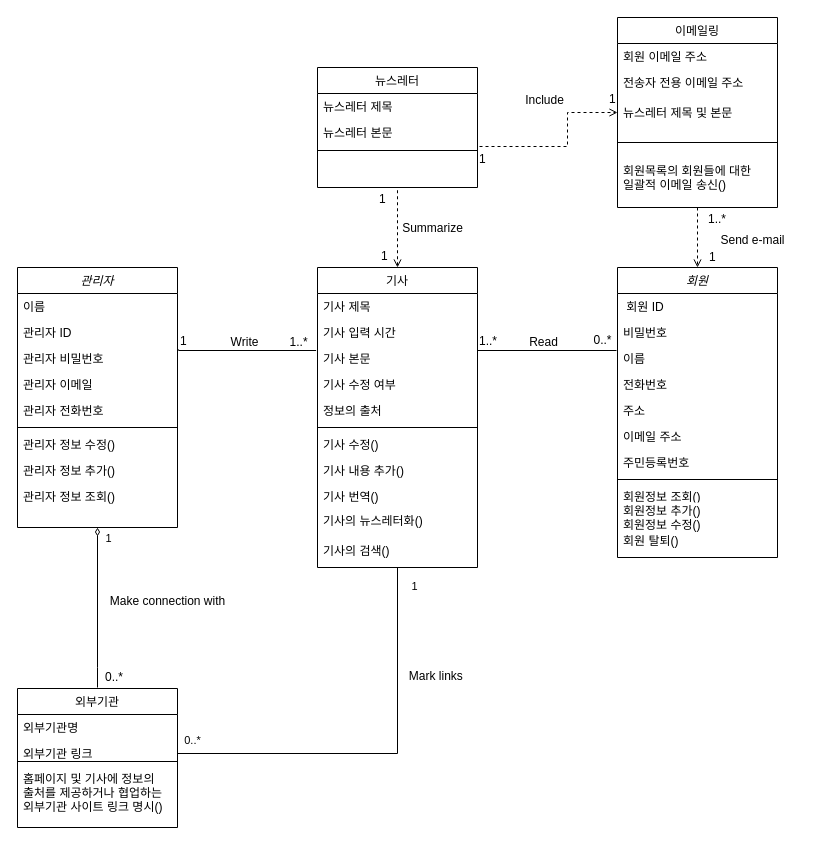
Above: Untitled Diagram.drawio in YHdoc/Merge-of-former-works (draw.io), before the change. Source tidied: cells renumbered, new cells numbered last; positions are measured from the earlier drawing's top-left corner, leaving out a move shared by most shapes. Both pictures are drawn from the tidied source at 100%, with x=0, y=0 at pixel (17, 17).
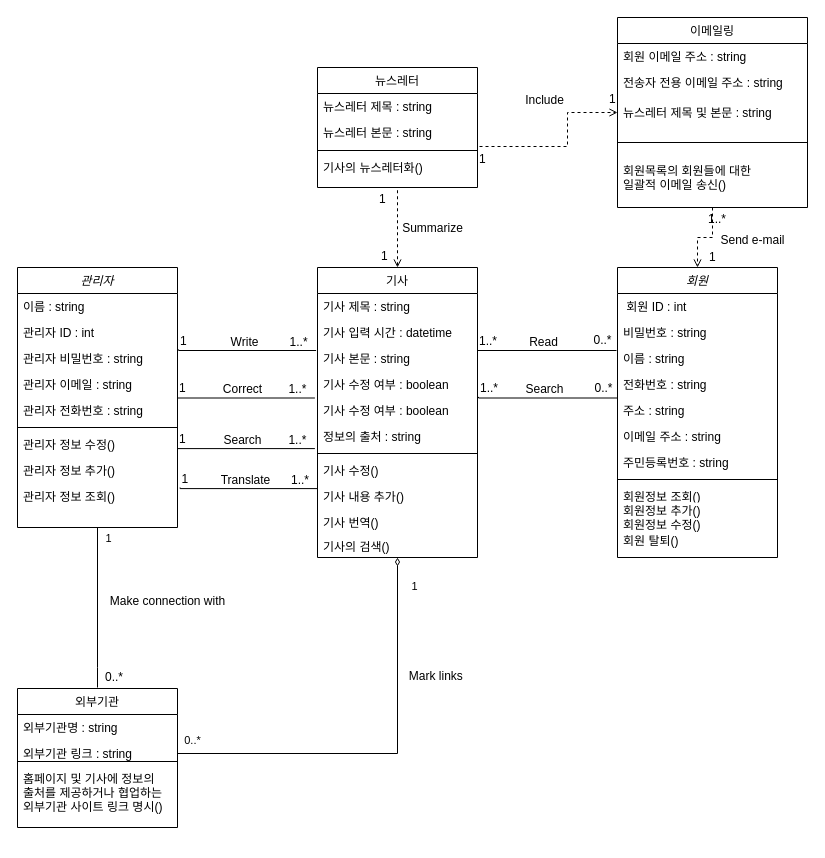
The same diagram, later.

The change refers to these unchanged cells:
```xml
<mxCell id="2" value="회원" style="swimlane;fontStyle=2;align=center;verticalAlign=top;horizontal=1;startSize=26;rounded=0;shadow=0;strokeWidth=1;" parent="1" vertex="1">
  <mxGeometry x="600" y="250" width="160" height="290" as="geometry" />
</mxCell>
<mxCell id="16" value="외부기관" style="swimlane;fontStyle=0;align=center;verticalAlign=top;horizontal=1;startSize=26;rounded=0;shadow=0;strokeWidth=1;" parent="1" vertex="1">
  <mxGeometry y="671" width="160" height="139" as="geometry" />
</mxCell>
<mxCell id="41" value="관리자" style="swimlane;fontStyle=2;align=center;verticalAlign=top;horizontal=1;startSize=26;rounded=0;shadow=0;strokeWidth=1;" parent="1" vertex="1">
  <mxGeometry y="250" width="160" height="260" as="geometry" />
</mxCell>
<mxCell id="52" value="뉴스레터" style="swimlane;fontStyle=0;align=center;verticalAlign=top;horizontal=1;startSize=26;rounded=0;shadow=0;strokeWidth=1;" parent="1" vertex="1">
  <mxGeometry x="300" y="50" width="160" height="120" as="geometry" />
</mxCell>
```

The edit, as a diff of the source:
```diff
@@
-    <mxCell id="6" value=" 회원 ID" style="text;align=left;verticalAlign=top;spacingLeft=4;spacingRight=4;overflow=hidden;" parent="2" vertex="1">
+    <mxCell id="6" value=" 회원 ID : int" style="text;align=left;verticalAlign=top;spacingLeft=4;spacingRight=4;overflow=hidden;" parent="2" vertex="1">
       <mxGeometry y="26" width="160" height="26" as="geometry" />
     </mxCell>
-    <mxCell id="7" value="비밀번호" style="text;align=left;verticalAlign=top;spacingLeft=4;spacingRight=4;overflow=hidden;rounded=0;shadow=0;html=0;" parent="2" vertex="1">
+    <mxCell id="7" value="비밀번호 : string" style="text;align=left;verticalAlign=top;spacingLeft=4;spacingRight=4;overflow=hidden;rounded=0;shadow=0;html=0;" parent="2" vertex="1">
       <mxGeometry y="52" width="160" height="26" as="geometry" />
     </mxCell>
-    <mxCell id="8" value="이름" style="text;align=left;verticalAlign=top;spacingLeft=4;spacingRight=4;overflow=hidden;rounded=0;shadow=0;html=0;" parent="2" vertex="1">
+    <mxCell id="8" value="이름 : string" style="text;align=left;verticalAlign=top;spacingLeft=4;spacingRight=4;overflow=hidden;rounded=0;shadow=0;html=0;" parent="2" vertex="1">
       <mxGeometry y="78" width="160" height="26" as="geometry" />
     </mxCell>
-    <mxCell id="9" value="전화번호" style="text;align=left;verticalAlign=top;spacingLeft=4;spacingRight=4;overflow=hidden;" parent="2" vertex="1">
+    <mxCell id="9" value="전화번호 : string" style="text;align=left;verticalAlign=top;spacingLeft=4;spacingRight=4;overflow=hidden;" parent="2" vertex="1">
       <mxGeometry y="104" width="160" height="26" as="geometry" />
     </mxCell>
-    <mxCell id="10" value="주소" style="text;align=left;verticalAlign=top;spacingLeft=4;spacingRight=4;overflow=hidden;" parent="2" vertex="1">
+    <mxCell id="10" value="주소 : string" style="text;align=left;verticalAlign=top;spacingLeft=4;spacingRight=4;overflow=hidden;" parent="2" vertex="1">
       <mxGeometry y="130" width="160" height="26" as="geometry" />
     </mxCell>
-    <mxCell id="11" value="이메일 주소" style="text;align=left;verticalAlign=top;spacingLeft=4;spacingRight=4;overflow=hidden;" parent="2" vertex="1">
+    <mxCell id="11" value="이메일 주소 : string" style="text;align=left;verticalAlign=top;spacingLeft=4;spacingRight=4;overflow=hidden;" parent="2" vertex="1">
       <mxGeometry y="156" width="160" height="26" as="geometry" />
     </mxCell>
-    <mxCell id="12" value="주민등록번호" style="text;align=left;verticalAlign=top;spacingLeft=4;spacingRight=4;overflow=hidden;" parent="2" vertex="1">
+    <mxCell id="12" value="주민등록번호 : string" style="text;align=left;verticalAlign=top;spacingLeft=4;spacingRight=4;overflow=hidden;" parent="2" vertex="1">
       <mxGeometry y="182" width="160" height="26" as="geometry" />
     </mxCell>
@@
-    <mxCell id="17" value="외부기관명" style="text;align=left;verticalAlign=top;spacingLeft=4;spacingRight=4;overflow=hidden;" parent="16" vertex="1">
+    <mxCell id="17" value="외부기관명 : string" style="text;align=left;verticalAlign=top;spacingLeft=4;spacingRight=4;overflow=hidden;" parent="16" vertex="1">
       <mxGeometry y="26" width="160" height="26" as="geometry" />
     </mxCell>
-    <mxCell id="18" value="외부기관 링크" style="text;align=left;verticalAlign=top;spacingLeft=4;spacingRight=4;overflow=hidden;points=[[0,0.5],[1,0.5]];portConstraint=eastwest;rounded=0;shadow=0;html=0;" parent="16" vertex="1">
+    <mxCell id="18" value="외부기관 링크 : string" style="text;align=left;verticalAlign=top;spacingLeft=4;spacingRight=4;overflow=hidden;points=[[0,0.5],[1,0.5]];portConstraint=eastwest;rounded=0;shadow=0;html=0;" parent="16" vertex="1">
       <mxGeometry y="52" width="160" height="26" as="geometry" />
     </mxCell>
@@
     <mxCell id="20" value="이메일링" style="swimlane;fontStyle=0;align=center;verticalAlign=top;horizontal=1;startSize=26;rounded=0;shadow=0;strokeWidth=1;" parent="1" vertex="1">
-      <mxGeometry x="600" width="160" height="190" as="geometry" />
+      <mxGeometry x="600" width="190" height="190" as="geometry" />
     </mxCell>
-    <mxCell id="21" value="회원 이메일 주소" style="text;align=left;verticalAlign=top;spacingLeft=4;spacingRight=4;overflow=hidden;" parent="20" vertex="1">
-      <mxGeometry y="26" width="160" height="26" as="geometry" />
+    <mxCell id="21" value="회원 이메일 주소 : string" style="text;align=left;verticalAlign=top;spacingLeft=4;spacingRight=4;overflow=hidden;" parent="20" vertex="1">
+      <mxGeometry y="26" width="190" height="26" as="geometry" />
     </mxCell>
-    <mxCell id="22" value="전송자 전용 이메일 주소" style="text;align=left;verticalAlign=top;spacingLeft=4;spacingRight=4;overflow=hidden;" parent="20" vertex="1">
-      <mxGeometry y="52" width="160" height="26" as="geometry" />
+    <mxCell id="22" value="전송자 전용 이메일 주소 : string" style="text;align=left;verticalAlign=top;spacingLeft=4;spacingRight=4;overflow=hidden;" parent="20" vertex="1">
+      <mxGeometry y="52" width="190" height="26" as="geometry" />
     </mxCell>
@@
     <mxCell id="24" value="기사" style="swimlane;fontStyle=0;align=center;verticalAlign=top;horizontal=1;startSize=26;rounded=0;shadow=0;strokeWidth=1;" parent="1" vertex="1">
-      <mxGeometry x="300" y="250" width="160" height="300" as="geometry" />
+      <mxGeometry x="300" y="250" width="160" height="290" as="geometry" />
     </mxCell>
-    <mxCell id="25" value="기사 제목" style="text;align=left;verticalAlign=top;spacingLeft=4;spacingRight=4;overflow=hidden;" parent="24" vertex="1">
+    <mxCell id="25" value="기사 제목 : string" style="text;align=left;verticalAlign=top;spacingLeft=4;spacingRight=4;overflow=hidden;" parent="24" vertex="1">
       <mxGeometry y="26" width="160" height="26" as="geometry" />
     </mxCell>
-    <mxCell id="26" value="기사 입력 시간" style="text;align=left;verticalAlign=top;spacingLeft=4;spacingRight=4;overflow=hidden;rounded=0;shadow=0;html=0;" parent="24" vertex="1">
+    <mxCell id="26" value="기사 입력 시간 : datetime" style="text;align=left;verticalAlign=top;spacingLeft=4;spacingRight=4;overflow=hidden;rounded=0;shadow=0;html=0;" parent="24" vertex="1">
       <mxGeometry y="52" width="160" height="26" as="geometry" />
     </mxCell>
-    <mxCell id="27" value="기사 본문" style="text;align=left;verticalAlign=top;spacingLeft=4;spacingRight=4;overflow=hidden;rounded=0;shadow=0;html=0;" parent="24" vertex="1">
+    <mxCell id="27" value="기사 본문 : string" style="text;align=left;verticalAlign=top;spacingLeft=4;spacingRight=4;overflow=hidden;rounded=0;shadow=0;html=0;" parent="24" vertex="1">
       <mxGeometry y="78" width="160" height="26" as="geometry" />
     </mxCell>
-    <mxCell id="28" value="기사 수정 여부" style="text;align=left;verticalAlign=top;spacingLeft=4;spacingRight=4;overflow=hidden;rounded=0;shadow=0;html=0;" parent="24" vertex="1">
+    <mxCell id="28" value="기사 수정 여부 : boolean" style="text;align=left;verticalAlign=top;spacingLeft=4;spacingRight=4;overflow=hidden;rounded=0;shadow=0;html=0;" parent="24" vertex="1">
       <mxGeometry y="104" width="160" height="26" as="geometry" />
     </mxCell>
+    <mxCell id="80" value="기사 수정 여부 : boolean" style="text;align=left;verticalAlign=top;spacingLeft=4;spacingRight=4;overflow=hidden;rounded=0;shadow=0;html=0;" parent="24" vertex="1">
+      <mxGeometry y="130" width="160" height="26" as="geometry" />
+    </mxCell>
-    <mxCell id="29" value="정보의 출처" style="text;align=left;verticalAlign=top;spacingLeft=4;spacingRight=4;overflow=hidden;rounded=0;shadow=0;html=0;" parent="24" vertex="1">
-      <mxGeometry y="130" width="160" height="26" as="geometry" />
+    <mxCell id="29" value="정보의 출처 : string" style="text;align=left;verticalAlign=top;spacingLeft=4;spacingRight=4;overflow=hidden;rounded=0;shadow=0;html=0;" parent="24" vertex="1">
+      <mxGeometry y="156" width="160" height="26" as="geometry" />
     </mxCell>
     <mxCell id="30" style="line;html=1;strokeWidth=1;align=left;verticalAlign=middle;spacingTop=-1;spacingLeft=3;spacingRight=3;labelPosition=right;" parent="24" vertex="1">
-      <mxGeometry y="156" width="160" height="8" as="geometry" />
+      <mxGeometry y="182" width="160" height="8" as="geometry" />
     </mxCell>
     <mxCell id="31" value="기사 수정()" style="text;align=left;verticalAlign=top;spacingLeft=4;spacingRight=4;overflow=hidden;" parent="24" vertex="1">
-      <mxGeometry y="164" width="160" height="26" as="geometry" />
+      <mxGeometry y="190" width="160" height="26" as="geometry" />
     </mxCell>
     <mxCell id="32" value="기사 내용 추가()" style="text;align=left;verticalAlign=top;spacingLeft=4;spacingRight=4;overflow=hidden;" parent="24" vertex="1">
-      <mxGeometry y="190" width="160" height="26" as="geometry" />
+      <mxGeometry y="216" width="160" height="26" as="geometry" />
     </mxCell>
     <mxCell id="33" value="기사 번역()" style="text;align=left;verticalAlign=top;spacingLeft=4;spacingRight=4;overflow=hidden;" parent="24" vertex="1">
-      <mxGeometry y="216" width="160" height="24" as="geometry" />
+      <mxGeometry y="242" width="160" height="24" as="geometry" />
     </mxCell>
-    <mxCell id="34" value="기사의 뉴스레터화()" style="text;align=left;verticalAlign=top;spacingLeft=4;spacingRight=4;overflow=hidden;" parent="24" vertex="1">
-      <mxGeometry y="240" width="160" height="24" as="geometry" />
-    </mxCell>
+    <mxCell id="79" value="기사의 검색()" style="text;align=left;verticalAlign=top;spacingLeft=4;spacingRight=4;overflow=hidden;" parent="24" vertex="1">
+      <mxGeometry y="266" width="160" height="24" as="geometry" />
+    </mxCell>
@@
-    <mxCell id="39" style="edgeStyle=orthogonalEdgeStyle;rounded=0;jettySize=auto;html=1;exitX=0.5;exitY=1;exitDx=0;exitDy=0;endArrow=none;endFill=0;startArrow=diamondThin;startFill=0;targetPerimeterSpacing=0;endSize=5;" parent="1" edge="1" source="41">
+    <mxCell id="39" style="edgeStyle=orthogonalEdgeStyle;rounded=0;jettySize=auto;html=1;exitX=0.5;exitY=1;exitDx=0;exitDy=0;endArrow=none;endFill=0;startArrow=none;startFill=0;targetPerimeterSpacing=0;endSize=5;" parent="1" edge="1" source="41">
       <mxGeometry relative="1" as="geometry">
         <mxPoint x="80" y="670" as="targetPoint" />
         <Array as="points">
           <mxPoint x="80" y="650" />
           <mxPoint x="80" y="650" />
         </Array>
       </mxGeometry>
     </mxCell>
@@
-    <mxCell id="42" value="이름" style="text;align=left;verticalAlign=top;spacingLeft=4;spacingRight=4;overflow=hidden;" parent="41" vertex="1">
+    <mxCell id="42" value="이름 : string" style="text;align=left;verticalAlign=top;spacingLeft=4;spacingRight=4;overflow=hidden;" parent="41" vertex="1">
       <mxGeometry y="26" width="160" height="26" as="geometry" />
     </mxCell>
-    <mxCell id="43" value="관리자 ID" style="text;align=left;verticalAlign=top;spacingLeft=4;spacingRight=4;overflow=hidden;rounded=0;shadow=0;html=0;" parent="41" vertex="1">
+    <mxCell id="43" value="관리자 ID : int" style="text;align=left;verticalAlign=top;spacingLeft=4;spacingRight=4;overflow=hidden;rounded=0;shadow=0;html=0;" parent="41" vertex="1">
       <mxGeometry y="52" width="160" height="26" as="geometry" />
     </mxCell>
-    <mxCell id="44" value="관리자 비밀번호" style="text;align=left;verticalAlign=top;spacingLeft=4;spacingRight=4;overflow=hidden;rounded=0;shadow=0;html=0;" parent="41" vertex="1">
+    <mxCell id="44" value="관리자 비밀번호 : string" style="text;align=left;verticalAlign=top;spacingLeft=4;spacingRight=4;overflow=hidden;rounded=0;shadow=0;html=0;" parent="41" vertex="1">
       <mxGeometry y="78" width="160" height="26" as="geometry" />
     </mxCell>
-    <mxCell id="45" value="관리자 이메일" style="text;align=left;verticalAlign=top;spacingLeft=4;spacingRight=4;overflow=hidden;" parent="41" vertex="1">
+    <mxCell id="45" value="관리자 이메일 : string" style="text;align=left;verticalAlign=top;spacingLeft=4;spacingRight=4;overflow=hidden;" parent="41" vertex="1">
       <mxGeometry y="104" width="160" height="26" as="geometry" />
     </mxCell>
-    <mxCell id="46" value="관리자 전화번호" style="text;align=left;verticalAlign=top;spacingLeft=4;spacingRight=4;overflow=hidden;rounded=0;shadow=0;html=0;" parent="41" vertex="1">
+    <mxCell id="46" value="관리자 전화번호 : string" style="text;align=left;verticalAlign=top;spacingLeft=4;spacingRight=4;overflow=hidden;rounded=0;shadow=0;html=0;" parent="41" vertex="1">
       <mxGeometry y="130" width="160" height="26" as="geometry" />
     </mxCell>
@@
-    <mxCell id="53" value="뉴스레터 제목" style="text;align=left;verticalAlign=top;spacingLeft=4;spacingRight=4;overflow=hidden;points=[[0,0.5],[1,0.5]];portConstraint=eastwest;" parent="52" vertex="1">
+    <mxCell id="53" value="뉴스레터 제목 : string" style="text;align=left;verticalAlign=top;spacingLeft=4;spacingRight=4;overflow=hidden;points=[[0,0.5],[1,0.5]];portConstraint=eastwest;" parent="52" vertex="1">
       <mxGeometry y="26" width="160" height="26" as="geometry" />
     </mxCell>
-    <mxCell id="54" value="뉴스레터 본문" style="text;align=left;verticalAlign=top;spacingLeft=4;spacingRight=4;overflow=hidden;rounded=0;shadow=0;html=0;" parent="52" vertex="1">
+    <mxCell id="54" value="뉴스레터 본문 : string" style="text;align=left;verticalAlign=top;spacingLeft=4;spacingRight=4;overflow=hidden;rounded=0;shadow=0;html=0;" parent="52" vertex="1">
       <mxGeometry y="52" width="160" height="26" as="geometry" />
     </mxCell>
@@
     <mxCell id="56" style="line;html=1;strokeWidth=1;align=left;verticalAlign=middle;spacingTop=-1;spacingLeft=3;spacingRight=3;labelPosition=right;" parent="1" vertex="1">
-      <mxGeometry x="600" y="120" width="160" height="10" as="geometry" />
+      <mxGeometry x="600" y="120" width="190" height="10" as="geometry" />
     </mxCell>
@@
-    <mxCell id="64" value="뉴스레터 제목 및 본문" style="text;align=left;verticalAlign=top;spacingLeft=4;spacingRight=4;overflow=hidden;points=[[0,0.5],[1,0.5]];portConstraint=eastwest;" parent="1" vertex="1">
+    <mxCell id="64" value="뉴스레터 제목 및 본문 : string" style="text;align=left;verticalAlign=top;spacingLeft=4;spacingRight=4;overflow=hidden;points=[[0,0.5],[1,0.5]];portConstraint=eastwest;" parent="1" vertex="1">
       <mxGeometry x="600" y="82" width="160" height="26" as="geometry" />
     </mxCell>
@@
-    <mxCell id="75" style="edgeStyle=orthogonalEdgeStyle;rounded=0;jettySize=auto;html=1;exitX=1;exitY=0.5;exitDx=0;exitDy=0;entryX=0.5;entryY=1;entryDx=0;entryDy=0;startArrow=none;startFill=0;endArrow=none;endFill=0;" parent="1" edge="1" source="18" target="24">
+    <mxCell id="75" style="edgeStyle=orthogonalEdgeStyle;rounded=0;jettySize=auto;html=1;exitX=1;exitY=0.5;exitDx=0;exitDy=0;entryX=0.5;entryY=1;entryDx=0;entryDy=0;startArrow=none;startFill=0;endArrow=diamondThin;endFill=0;" parent="1" edge="1" source="18" target="24">
       <mxGeometry relative="1" as="geometry" />
     </mxCell>
@@
-    <mxCell id="79" value="기사의 검색()" style="text;align=left;verticalAlign=top;spacingLeft=4;spacingRight=4;overflow=hidden;" parent="1" vertex="1">
-      <mxGeometry x="300" y="520" width="160" height="24" as="geometry" />
-    </mxCell>
+    <mxCell id="81" style="endArrow=none;shadow=0;strokeWidth=1;rounded=0;endFill=0;edgeStyle=elbowEdgeStyle;elbow=vertical;exitX=1.007;exitY=0.038;exitDx=0;exitDy=0;exitPerimeter=0;entryX=-0.006;entryY=0.037;entryDx=0;entryDy=0;entryPerimeter=0;" parent="1" edge="1">
+      <mxGeometry x="0.5" y="41" relative="1" as="geometry">
+        <mxPoint x="461" y="379.4" as="sourcePoint" />
+        <mxPoint x="600" y="380.5" as="targetPoint" />
+        <Array as="points">
+          <mxPoint x="529.8" y="380.5" />
+        </Array>
+        <mxPoint x="-40" y="32" as="offset" />
+      </mxGeometry>
+    </mxCell>
+    <mxCell id="82" value="1..*" style="align=left;verticalAlign=bottom;labelBackgroundColor=none;fontSize=12;" parent="81" vertex="1">
+      <mxGeometry x="-1" relative="1" as="geometry" />
+    </mxCell>
+    <mxCell id="83" value="Search" style="text;html=1;align=center;verticalAlign=middle;labelBackgroundColor=none;rounded=0;shadow=0;strokeWidth=1;fontSize=12;" parent="81" vertex="1">
+      <mxGeometry x="0.5" y="49" relative="1" as="geometry">
+        <mxPoint x="-38" y="40" as="offset" />
+      </mxGeometry>
+    </mxCell>
+    <mxCell id="84" style="endArrow=none;shadow=0;strokeWidth=1;rounded=0;endFill=0;edgeStyle=elbowEdgeStyle;elbow=vertical;exitX=1.007;exitY=0.038;exitDx=0;exitDy=0;exitPerimeter=0;entryX=-0.009;entryY=0.039;entryDx=0;entryDy=0;entryPerimeter=0;" parent="1" edge="1">
+      <mxGeometry x="0.5" y="41" relative="1" as="geometry">
+        <mxPoint x="160" y="379.4" as="sourcePoint" />
+        <mxPoint x="297.4" y="380.1" as="targetPoint" />
+        <Array as="points">
+          <mxPoint x="228.9" y="380.5" />
+        </Array>
+        <mxPoint x="-40" y="32" as="offset" />
+      </mxGeometry>
+    </mxCell>
+    <mxCell id="85" value="1" style="align=left;verticalAlign=bottom;labelBackgroundColor=none;fontSize=12;" parent="84" vertex="1">
+      <mxGeometry x="-1" relative="1" as="geometry" />
+    </mxCell>
+    <mxCell id="86" value="1..*" style="align=right;verticalAlign=bottom;labelBackgroundColor=none;fontSize=12;" parent="84" vertex="1">
+      <mxGeometry x="1" relative="1" as="geometry">
+        <mxPoint x="-7" as="offset" />
+      </mxGeometry>
+    </mxCell>
+    <mxCell id="87" value="Correct" style="text;html=1;align=center;verticalAlign=middle;labelBackgroundColor=none;rounded=0;shadow=0;strokeWidth=1;fontSize=12;" parent="84" vertex="1">
+      <mxGeometry x="0.5" y="49" relative="1" as="geometry">
+        <mxPoint x="-38" y="40" as="offset" />
+      </mxGeometry>
+    </mxCell>
+    <mxCell id="88" style="endArrow=none;shadow=0;strokeWidth=1;rounded=0;endFill=0;edgeStyle=elbowEdgeStyle;elbow=vertical;exitX=1.007;exitY=0.038;exitDx=0;exitDy=0;exitPerimeter=0;entryX=-0.009;entryY=0.039;entryDx=0;entryDy=0;entryPerimeter=0;" parent="1" edge="1">
+      <mxGeometry x="0.5" y="41" relative="1" as="geometry">
+        <mxPoint x="160" y="430" as="sourcePoint" />
+        <mxPoint x="297.4" y="430.6" as="targetPoint" />
+        <Array as="points">
+          <mxPoint x="228.9" y="431.1" />
+        </Array>
+        <mxPoint x="-40" y="32" as="offset" />
+      </mxGeometry>
+    </mxCell>
+    <mxCell id="89" value="1" style="align=left;verticalAlign=bottom;labelBackgroundColor=none;fontSize=12;" parent="88" vertex="1">
+      <mxGeometry x="-1" relative="1" as="geometry" />
+    </mxCell>
+    <mxCell id="90" value="1..*" style="align=right;verticalAlign=bottom;labelBackgroundColor=none;fontSize=12;" parent="88" vertex="1">
+      <mxGeometry x="1" relative="1" as="geometry">
+        <mxPoint x="-7" as="offset" />
+      </mxGeometry>
+    </mxCell>
+    <mxCell id="91" value="Search" style="text;html=1;align=center;verticalAlign=middle;labelBackgroundColor=none;rounded=0;shadow=0;strokeWidth=1;fontSize=12;" parent="88" vertex="1">
+      <mxGeometry x="0.5" y="49" relative="1" as="geometry">
+        <mxPoint x="-38" y="40" as="offset" />
+      </mxGeometry>
+    </mxCell>
+    <mxCell id="92" style="endArrow=none;shadow=0;strokeWidth=1;rounded=0;endFill=0;edgeStyle=elbowEdgeStyle;elbow=vertical;exitX=1.007;exitY=0.038;exitDx=0;exitDy=0;exitPerimeter=0;entryX=-0.009;entryY=0.039;entryDx=0;entryDy=0;entryPerimeter=0;" parent="1" edge="1">
+      <mxGeometry x="0.5" y="41" relative="1" as="geometry">
+        <mxPoint x="162.6" y="470" as="sourcePoint" />
+        <mxPoint x="300" y="470.6" as="targetPoint" />
+        <Array as="points">
+          <mxPoint x="231.4" y="471.1" />
+        </Array>
+        <mxPoint x="-40" y="32" as="offset" />
+      </mxGeometry>
+    </mxCell>
+    <mxCell id="93" value="1" style="align=left;verticalAlign=bottom;labelBackgroundColor=none;fontSize=12;" parent="92" vertex="1">
+      <mxGeometry x="-1" relative="1" as="geometry" />
+    </mxCell>
+    <mxCell id="94" value="1..*" style="align=right;verticalAlign=bottom;labelBackgroundColor=none;fontSize=12;" parent="92" vertex="1">
+      <mxGeometry x="1" relative="1" as="geometry">
+        <mxPoint x="-7" as="offset" />
+      </mxGeometry>
+    </mxCell>
+    <mxCell id="95" value="Translate" style="text;html=1;align=center;verticalAlign=middle;labelBackgroundColor=none;rounded=0;shadow=0;strokeWidth=1;fontSize=12;" parent="92" vertex="1">
+      <mxGeometry x="0.5" y="49" relative="1" as="geometry">
+        <mxPoint x="-38" y="40" as="offset" />
+      </mxGeometry>
+    </mxCell>
+    <mxCell id="34" value="기사의 뉴스레터화()" style="text;align=left;verticalAlign=top;spacingLeft=4;spacingRight=4;overflow=hidden;rounded=0;shadow=0;html=0;" parent="1" vertex="1">
+      <mxGeometry x="300" y="137" width="160" height="26" as="geometry" />
+    </mxCell>
+    <mxCell id="96" value="0..*" style="text;html=1;align=center;verticalAlign=middle;strokeColor=none;" parent="1" vertex="1">
+      <mxGeometry x="571" y="361" width="30" height="20" as="geometry" />
+    </mxCell>
```
